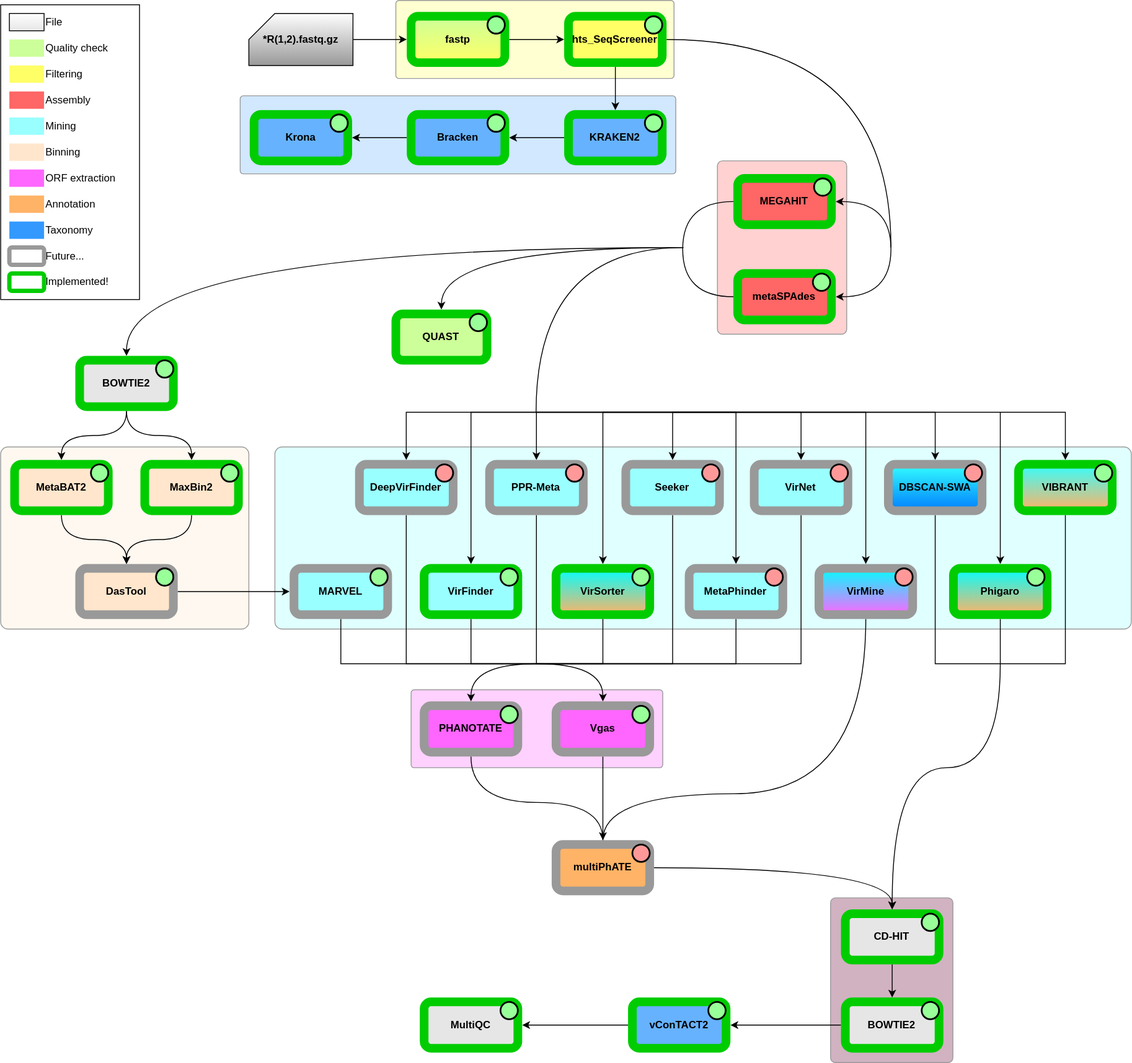
Earlier version of the draw.io export slides/pipeline_2020_12_21.drawio.svg (MattiaPandolfoVR/MetaPhage). Source tidied: cells renumbered, new cells last; positions are measured from the earlier drawing's top-left corner, leaving out a move shared by most shapes.
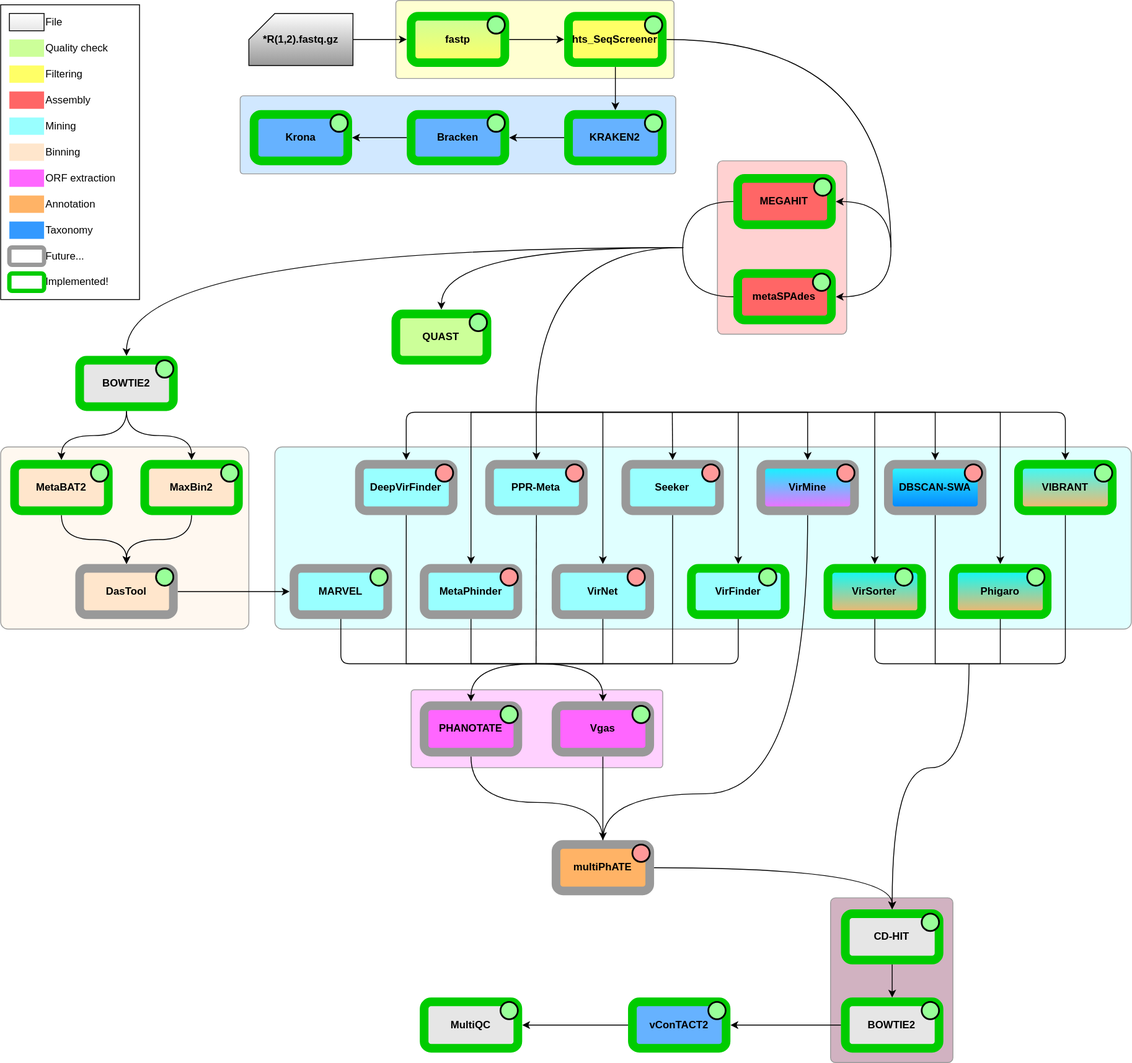
After the change.

Commit message:
update slides and flowchart

What changed in the source:
```diff
@@ -93,14 +93,6 @@
     <mxCell id="28" value="PHANOTATE" style="rounded=1;whiteSpace=wrap;html=10;shadow=0;strokeWidth=10;perimeterSpacing=5;sketch=0;glass=0;fillColor=#FF66FF;strokeColor=#999999;fontStyle=1;" parent="1" vertex="1">
       <mxGeometry x="488" y="813.5" width="108" height="53.5" as="geometry" />
     </mxCell>
-    <mxCell id="29" style="edgeStyle=orthogonalEdgeStyle;rounded=0;jettySize=auto;html=1;exitX=0.5;exitY=1;exitDx=0;exitDy=0;entryX=0.5;entryY=1;entryDx=0;entryDy=0;startArrow=none;startFill=0;endArrow=none;endFill=0;" parent="1" edge="1" source="30" target="87">
-      <mxGeometry relative="1" as="geometry">
-        <Array as="points">
-          <mxPoint x="392" y="765" />
-          <mxPoint x="922" y="765" />
-        </Array>
-      </mxGeometry>
-    </mxCell>
     <mxCell id="30" value="MARVEL" style="rounded=1;whiteSpace=wrap;html=10;shadow=0;strokeWidth=10;perimeterSpacing=5;sketch=0;glass=0;fillColor=#99FFFF;strokeColor=#999999;fontStyle=1;" parent="1" vertex="1">
       <mxGeometry x="338" y="655" width="108" height="53.5" as="geometry" />
     </mxCell>
@@ -131,13 +123,13 @@
     <mxCell id="39" style="edgeStyle=orthogonalEdgeStyle;curved=1;rounded=0;jettySize=auto;html=1;exitX=0.5;exitY=1;exitDx=0;exitDy=0;entryX=0.5;entryY=0;entryDx=0;entryDy=0;startArrow=none;startFill=0;endArrow=none;endFill=0;" parent="1" edge="1" source="40" target="38">
       <mxGeometry relative="1" as="geometry">
         <Array as="points">
-          <mxPoint x="997" y="915" />
+          <mxPoint x="930" y="915" />
           <mxPoint x="694" y="915" />
         </Array>
       </mxGeometry>
     </mxCell>
     <mxCell id="40" value="VirMine" style="rounded=1;whiteSpace=wrap;html=10;shadow=0;strokeWidth=10;perimeterSpacing=5;sketch=0;glass=0;gradientColor=#FF66FF;fillColor=#00FFFF;strokeColor=#999999;fontStyle=1;" parent="1" vertex="1">
-      <mxGeometry x="943" y="655" width="108" height="53.5" as="geometry" />
+      <mxGeometry x="876" y="535" width="108" height="53.5" as="geometry" />
     </mxCell>
     <mxCell id="41" style="edgeStyle=orthogonalEdgeStyle;rounded=0;jettySize=auto;html=1;exitX=0.5;exitY=0;exitDx=0;exitDy=0;entryX=0.5;entryY=0;entryDx=0;entryDy=0;startArrow=classic;startFill=1;endArrow=classic;endFill=1;" parent="1" edge="1" source="43" target="40">
       <mxGeometry relative="1" as="geometry">
@@ -147,16 +139,8 @@
         </Array>
       </mxGeometry>
     </mxCell>
-    <mxCell id="42" style="edgeStyle=orthogonalEdgeStyle;rounded=0;jettySize=auto;html=1;exitX=0.5;exitY=1;exitDx=0;exitDy=0;entryX=0.5;entryY=1;entryDx=0;entryDy=0;startArrow=none;startFill=0;endArrow=none;endFill=0;" parent="1" edge="1" source="43" target="86">
-      <mxGeometry relative="1" as="geometry">
-        <Array as="points">
-          <mxPoint x="542" y="765" />
-          <mxPoint x="774" y="765" />
-        </Array>
-      </mxGeometry>
-    </mxCell>
     <mxCell id="43" value="VirFinder" style="rounded=1;whiteSpace=wrap;html=10;shadow=0;strokeWidth=10;perimeterSpacing=5;sketch=0;glass=0;fillColor=#99FFFF;strokeColor=#00CC00;fontStyle=1;" parent="1" vertex="1">
-      <mxGeometry x="488" y="655" width="108" height="53.5" as="geometry" />
+      <mxGeometry x="796" y="655" width="108" height="53.5" as="geometry" />
     </mxCell>
     <mxCell id="44" style="edgeStyle=orthogonalEdgeStyle;curved=1;rounded=0;jettySize=auto;html=1;exitX=0.5;exitY=1;exitDx=0;exitDy=0;entryX=0.5;entryY=0;entryDx=0;entryDy=0;" parent="1" edge="1" source="45" target="63">
       <mxGeometry relative="1" as="geometry" />
@@ -223,16 +207,8 @@
     <mxCell id="64" value="MEGAHIT" style="rounded=1;whiteSpace=wrap;html=10;shadow=0;strokeWidth=10;perimeterSpacing=5;sketch=0;glass=0;strokeColor=#00CC00;fillColor=#FF6666;fontStyle=1;" parent="1" vertex="1">
       <mxGeometry x="849.4" y="205.2" width="108" height="53.5" as="geometry" />
     </mxCell>
-    <mxCell id="65" style="edgeStyle=orthogonalEdgeStyle;rounded=0;jettySize=auto;html=1;exitX=0.5;exitY=0;exitDx=0;exitDy=0;entryX=0.5;entryY=0;entryDx=0;entryDy=0;startArrow=classic;startFill=1;endArrow=classic;endFill=1;" parent="1" edge="1" source="66" target="88">
-      <mxGeometry relative="1" as="geometry">
-        <Array as="points">
-          <mxPoint x="694" y="475" />
-          <mxPoint x="847" y="475" />
-        </Array>
-      </mxGeometry>
-    </mxCell>
     <mxCell id="66" value="VirSorter" style="rounded=1;whiteSpace=wrap;html=10;shadow=0;strokeWidth=10;perimeterSpacing=5;sketch=0;glass=0;strokeColor=#00CC00;fontStyle=1;gradientColor=#FFB366;fillColor=#00FFFF;" parent="1" vertex="1">
-      <mxGeometry x="640" y="655" width="108" height="53.5" as="geometry" />
+      <mxGeometry x="953.4" y="655" width="108" height="53.5" as="geometry" />
     </mxCell>
     <mxCell id="67" style="edgeStyle=orthogonalEdgeStyle;curved=1;rounded=0;jettySize=auto;html=1;exitX=0;exitY=0.5;exitDx=0;exitDy=0;entryX=0;entryY=0.5;entryDx=0;entryDy=0;startArrow=none;startFill=0;endArrow=none;endFill=0;" parent="1" edge="1" source="69" target="64">
       <mxGeometry relative="1" as="geometry">
@@ -264,15 +240,10 @@
     <mxCell id="71" value="QUAST" style="rounded=1;whiteSpace=wrap;html=10;shadow=0;strokeWidth=10;perimeterSpacing=5;sketch=0;glass=0;strokeColor=#00CC00;fillColor=#CCFF99;fontStyle=1;" parent="1" vertex="1">
       <mxGeometry x="455.4" y="361.5" width="105" height="53.5" as="geometry" />
     </mxCell>
-    <mxCell id="72" style="edgeStyle=orthogonalEdgeStyle;rounded=0;jettySize=auto;html=1;exitX=0.5;exitY=0;exitDx=0;exitDy=0;startArrow=classic;startFill=1;endArrow=none;endFill=0;" parent="1" edge="1" source="74">
-      <mxGeometry relative="1" as="geometry">
-        <mxPoint x="1152" y="475" as="targetPoint" />
-      </mxGeometry>
-    </mxCell>
-    <mxCell id="73" style="edgeStyle=orthogonalEdgeStyle;rounded=0;jettySize=auto;html=1;exitX=0.5;exitY=1;exitDx=0;exitDy=0;entryX=0.5;entryY=1;entryDx=0;entryDy=0;endArrow=none;endFill=0;" parent="1" edge="1" source="126" target="124">
+    <mxCell id="73" style="edgeStyle=orthogonalEdgeStyle;rounded=1;jettySize=auto;html=1;exitX=0.5;exitY=1;exitDx=0;exitDy=0;entryX=0.5;entryY=1;entryDx=0;entryDy=0;endArrow=none;endFill=0;" parent="1" edge="1" source="66" target="124">
       <mxGeometry relative="1" as="geometry">
         <Array as="points">
-          <mxPoint x="1077" y="765" />
+          <mxPoint x="1007" y="765" />
           <mxPoint x="1227" y="765" />
         </Array>
       </mxGeometry>
@@ -297,7 +268,7 @@
     <mxCell id="78" value="BOWTIE2" style="rounded=1;whiteSpace=wrap;html=10;shadow=0;strokeWidth=10;perimeterSpacing=5;sketch=0;glass=0;fillColor=#E6E6E6;strokeColor=#00CC00;fontStyle=1;" parent="1" vertex="1">
       <mxGeometry x="91" y="415" width="108" height="53.5" as="geometry" />
     </mxCell>
-    <mxCell id="79" style="edgeStyle=orthogonalEdgeStyle;rounded=0;jettySize=auto;html=1;exitX=0.5;exitY=0;exitDx=0;exitDy=0;entryX=0.5;entryY=0;entryDx=0;entryDy=0;startArrow=classic;startFill=1;endArrow=classic;endFill=1;" parent="1" edge="1" source="81" target="124">
+    <mxCell id="79" style="edgeStyle=orthogonalEdgeStyle;rounded=1;jettySize=auto;html=1;exitX=0.5;exitY=0;exitDx=0;exitDy=0;entryX=0.5;entryY=0;entryDx=0;entryDy=0;startArrow=classic;startFill=1;endArrow=classic;endFill=1;" parent="1" edge="1" source="81" target="124">
       <mxGeometry relative="1" as="geometry">
         <Array as="points">
           <mxPoint x="467" y="475" />
@@ -306,14 +277,6 @@
         </Array>
       </mxGeometry>
     </mxCell>
-    <mxCell id="80" style="edgeStyle=orthogonalEdgeStyle;rounded=0;jettySize=auto;html=1;exitX=0.5;exitY=1;exitDx=0;exitDy=0;entryX=0.5;entryY=1;entryDx=0;entryDy=0;startArrow=none;startFill=0;endArrow=none;endFill=0;" parent="1" edge="1" source="81" target="88">
-      <mxGeometry relative="1" as="geometry">
-        <Array as="points">
-          <mxPoint x="467" y="765" />
-          <mxPoint x="847" y="765" />
-        </Array>
-      </mxGeometry>
-    </mxCell>
     <mxCell id="81" value="DeepVirFinder" style="rounded=1;whiteSpace=wrap;html=10;shadow=0;strokeWidth=10;perimeterSpacing=5;sketch=0;glass=0;strokeColor=#999999;fillColor=#99FFFF;fontStyle=1;" parent="1" vertex="1">
       <mxGeometry x="413.4" y="535" width="108" height="53.5" as="geometry" />
     </mxCell>
@@ -326,33 +289,25 @@
         </Array>
       </mxGeometry>
     </mxCell>
-    <mxCell id="83" style="edgeStyle=orthogonalEdgeStyle;rounded=0;jettySize=auto;html=1;exitX=0.5;exitY=1;exitDx=0;exitDy=0;entryX=0.5;entryY=1;entryDx=0;entryDy=0;startArrow=none;startFill=0;endArrow=none;endFill=0;" parent="1" edge="1" source="84" target="66">
-      <mxGeometry relative="1" as="geometry">
-        <Array as="points">
-          <mxPoint x="617" y="765" />
-          <mxPoint x="694" y="765" />
-        </Array>
-      </mxGeometry>
-    </mxCell>
     <mxCell id="84" value="PPR-Meta" style="rounded=1;whiteSpace=wrap;html=10;shadow=0;strokeWidth=10;perimeterSpacing=5;sketch=0;glass=0;strokeColor=#999999;fillColor=#99FFFF;fontStyle=1;" parent="1" vertex="1">
       <mxGeometry x="563.4" y="535" width="108" height="53.5" as="geometry" />
     </mxCell>
-    <mxCell id="85" style="edgeStyle=orthogonalEdgeStyle;rounded=0;jettySize=auto;html=1;exitX=0.5;exitY=0;exitDx=0;exitDy=0;entryX=0.5;entryY=0;entryDx=0;entryDy=0;startArrow=classic;startFill=1;endArrow=classic;endFill=1;" parent="1" edge="1" source="86" target="87">
-      <mxGeometry relative="1" as="geometry">
-        <Array as="points">
-          <mxPoint x="774" y="475" />
-          <mxPoint x="922" y="475" />
-        </Array>
-      </mxGeometry>
-    </mxCell>
     <mxCell id="86" value="Seeker" style="rounded=1;whiteSpace=wrap;html=10;shadow=0;strokeWidth=10;perimeterSpacing=5;sketch=0;glass=0;strokeColor=#999999;fillColor=#99FFFF;fontStyle=1;" parent="1" vertex="1">
       <mxGeometry x="720.4" y="535" width="108" height="53.5" as="geometry" />
     </mxCell>
     <mxCell id="87" value="VirNet" style="rounded=1;whiteSpace=wrap;html=10;shadow=0;strokeWidth=10;perimeterSpacing=5;sketch=0;glass=0;strokeColor=#999999;fillColor=#99FFFF;fontStyle=1;" parent="1" vertex="1">
-      <mxGeometry x="868.4" y="535" width="108" height="53.5" as="geometry" />
+      <mxGeometry x="640" y="655" width="108" height="53.5" as="geometry" />
     </mxCell>
+    <mxCell id="132" style="edgeStyle=orthogonalEdgeStyle;rounded=0;jettySize=auto;html=1;exitX=0.5;exitY=0;exitDx=0;exitDy=0;entryX=0.5;entryY=0;entryDx=0;entryDy=0;startArrow=classic;startFill=1;" parent="1" edge="1" source="88" target="87">
+      <mxGeometry relative="1" as="geometry">
+        <Array as="points">
+          <mxPoint x="542" y="475" />
+          <mxPoint x="694" y="475" />
+        </Array>
+      </mxGeometry>
+    </mxCell>
     <mxCell id="88" value="MetaPhinder" style="rounded=1;whiteSpace=wrap;html=10;shadow=0;strokeWidth=10;perimeterSpacing=5;sketch=0;glass=0;strokeColor=#999999;fillColor=#99FFFF;fontStyle=1;" parent="1" vertex="1">
-      <mxGeometry x="793.4" y="655" width="108" height="53.5" as="geometry" />
+      <mxGeometry x="488" y="655" width="108" height="53.5" as="geometry" />
     </mxCell>
     <mxCell id="89" value="&amp;nbsp;Mining" style="text;html=1;strokeColor=none;fillColor=none;align=left;verticalAlign=middle;whiteSpace=wrap;rounded=0;" parent="1" vertex="1">
       <mxGeometry x="50" y="135" width="120" height="20" as="geometry" />
@@ -361,10 +316,10 @@
       <mxGeometry x="10" y="135" width="40" height="20" as="geometry" />
     </mxCell>
     <mxCell id="91" style="ellipse;whiteSpace=wrap;html=1;shadow=0;glass=0;sketch=0;fillColor=#99FF99;strokeWidth=2;" parent="1" vertex="1">
-      <mxGeometry x="576" y="655" width="20" height="20" as="geometry" />
+      <mxGeometry x="874" y="655" width="20" height="20" as="geometry" />
     </mxCell>
     <mxCell id="92" style="ellipse;whiteSpace=wrap;html=1;shadow=0;glass=0;sketch=0;fillColor=#99FF99;strokeWidth=2;" parent="1" vertex="1">
-      <mxGeometry x="728" y="655" width="20" height="20" as="geometry" />
+      <mxGeometry x="1031" y="655" width="20" height="20" as="geometry" />
     </mxCell>
     <mxCell id="93" style="ellipse;whiteSpace=wrap;html=1;shadow=0;glass=0;sketch=0;fillColor=#99FF99;strokeWidth=2;" parent="1" vertex="1">
       <mxGeometry x="1183" y="655" width="20" height="20" as="geometry" />
@@ -379,16 +334,16 @@
       <mxGeometry x="808.4" y="535" width="20" height="20" as="geometry" />
     </mxCell>
     <mxCell id="97" style="ellipse;whiteSpace=wrap;html=1;shadow=0;glass=0;sketch=0;strokeWidth=2;fillColor=#FF9999;" parent="1" vertex="1">
-      <mxGeometry x="956.4" y="535" width="20" height="20" as="geometry" />
+      <mxGeometry x="722.4" y="655" width="20" height="20" as="geometry" />
     </mxCell>
     <mxCell id="98" style="ellipse;whiteSpace=wrap;html=1;shadow=0;glass=0;sketch=0;strokeWidth=2;fillColor=#FF9999;" parent="1" vertex="1">
-      <mxGeometry x="881.4" y="655" width="20" height="20" as="geometry" />
+      <mxGeometry x="576" y="655" width="20" height="20" as="geometry" />
     </mxCell>
     <mxCell id="99" style="ellipse;whiteSpace=wrap;html=1;shadow=0;glass=0;sketch=0;fillColor=#99FF99;strokeWidth=2;" parent="1" vertex="1">
       <mxGeometry x="426" y="655" width="20" height="20" as="geometry" />
     </mxCell>
     <mxCell id="100" style="ellipse;whiteSpace=wrap;html=1;shadow=0;glass=0;sketch=0;strokeWidth=2;fillColor=#FF9999;" parent="1" vertex="1">
-      <mxGeometry x="1031" y="655" width="20" height="20" as="geometry" />
+      <mxGeometry x="964" y="535" width="20" height="20" as="geometry" />
     </mxCell>
     <mxCell id="101" style="ellipse;whiteSpace=wrap;html=1;shadow=0;glass=0;sketch=0;fillColor=#99FF99;strokeWidth=2;" parent="1" vertex="1">
       <mxGeometry x="728" y="813.5" width="20" height="20" as="geometry" />
@@ -482,17 +437,62 @@
     </mxCell>
     <mxCell id="130" style="endArrow=classic;html=1;entryX=0.5;entryY=0;entryDx=0;entryDy=0;edgeStyle=orthogonalEdgeStyle;curved=1;" parent="1" edge="1" target="119">
       <mxGeometry relative="1" as="geometry">
-        <mxPoint x="1152" y="765" as="sourcePoint" />
+        <mxPoint x="1116" y="765" as="sourcePoint" />
         <Array as="points">
-          <mxPoint x="1152" y="885" />
+          <mxPoint x="1116" y="885" />
           <mxPoint x="1027" y="885" />
         </Array>
       </mxGeometry>
     </mxCell>
-    <mxCell id="131" style="endArrow=none;html=1;entryX=0.5;entryY=1;entryDx=0;entryDy=0;" parent="1" edge="1" target="74">
-      <mxGeometry relative="1" as="geometry">
-        <mxPoint x="1152" y="765" as="sourcePoint" />
-      </mxGeometry>
-    </mxCell>
+    <mxCell id="133" style="edgeStyle=orthogonalEdgeStyle;rounded=0;jettySize=auto;html=1;exitX=0.5;exitY=1;exitDx=0;exitDy=0;endArrow=none;endFill=0;entryX=0.5;entryY=1;entryDx=0;entryDy=0;" parent="1" edge="1" source="126" target="74">
+      <mxGeometry relative="1" as="geometry">
+        <Array as="points">
+          <mxPoint x="1077" y="765" />
+          <mxPoint x="1152" y="765" />
+        </Array>
+      </mxGeometry>
+    </mxCell>
+    <mxCell id="134" style="endArrow=classic;startArrow=classic;html=1;entryX=0.5;entryY=0;entryDx=0;entryDy=0;exitX=0.5;exitY=0;exitDx=0;exitDy=0;edgeStyle=orthogonalEdgeStyle;rounded=0;" parent="1" edge="1" source="74" target="66">
+      <mxGeometry relative="1" as="geometry">
+        <Array as="points">
+          <mxPoint x="1152" y="475" />
+          <mxPoint x="1007" y="475" />
+        </Array>
+      </mxGeometry>
+    </mxCell>
+    <mxCell id="135" style="endArrow=classic;html=1;entryX=0.5;entryY=0;entryDx=0;entryDy=0;" parent="1" edge="1" target="86">
+      <mxGeometry relative="1" as="geometry">
+        <mxPoint x="774" y="475" as="sourcePoint" />
+      </mxGeometry>
+    </mxCell>
+    <mxCell id="136" style="endArrow=none;html=1;exitX=0.5;exitY=1;exitDx=0;exitDy=0;entryX=0.5;entryY=1;entryDx=0;entryDy=0;edgeStyle=orthogonalEdgeStyle;" parent="1" edge="1" source="30" target="43">
+      <mxGeometry relative="1" as="geometry">
+        <Array as="points">
+          <mxPoint x="392" y="765" />
+          <mxPoint x="850" y="765" />
+        </Array>
+      </mxGeometry>
+    </mxCell>
+    <mxCell id="137" style="endArrow=none;html=1;exitX=0.5;exitY=1;exitDx=0;exitDy=0;entryX=0.5;entryY=1;entryDx=0;entryDy=0;edgeStyle=orthogonalEdgeStyle;rounded=0;" parent="1" edge="1" source="81" target="86">
+      <mxGeometry relative="1" as="geometry">
+        <Array as="points">
+          <mxPoint x="467" y="765" />
+          <mxPoint x="774" y="765" />
+        </Array>
+      </mxGeometry>
+    </mxCell>
+    <mxCell id="138" style="endArrow=none;html=1;exitX=0.5;exitY=1;exitDx=0;exitDy=0;entryX=0.5;entryY=1;entryDx=0;entryDy=0;edgeStyle=orthogonalEdgeStyle;rounded=0;" parent="1" edge="1" source="88" target="87">
+      <mxGeometry relative="1" as="geometry">
+        <Array as="points">
+          <mxPoint x="542" y="765" />
+          <mxPoint x="694" y="765" />
+        </Array>
+      </mxGeometry>
+    </mxCell>
+    <mxCell id="139" style="endArrow=none;html=1;entryX=0.5;entryY=1;entryDx=0;entryDy=0;" parent="1" edge="1" target="84">
+      <mxGeometry relative="1" as="geometry">
+        <mxPoint x="617" y="765" as="sourcePoint" />
+      </mxGeometry>
+    </mxCell>
   </root>
 </mxGraphModel>
```
